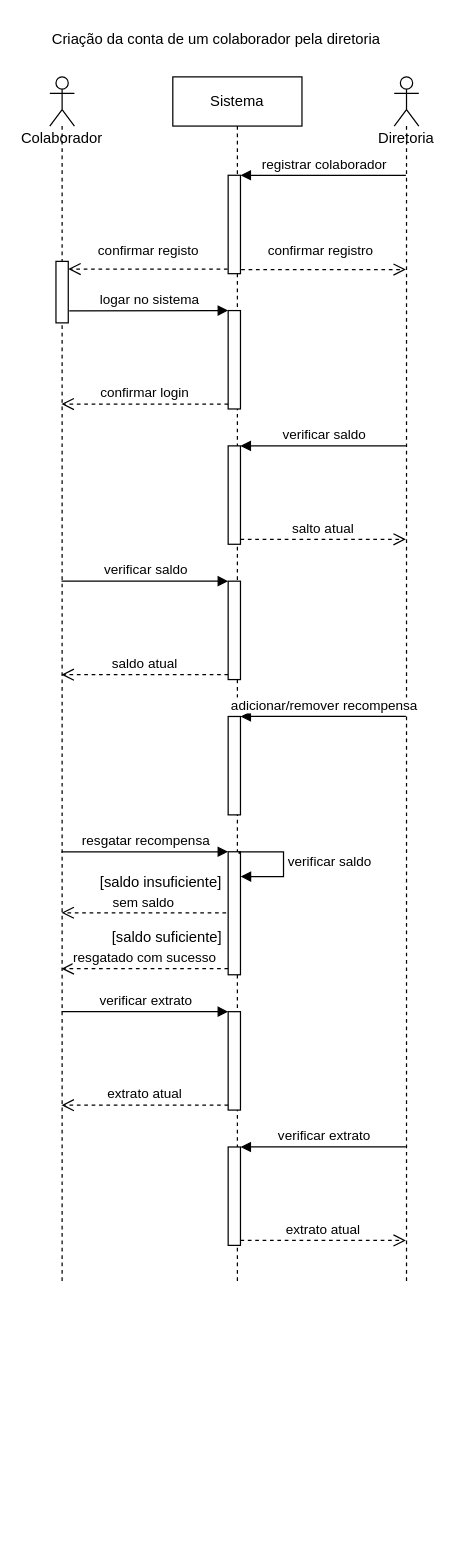
The draw.io diagram page "Sequencia-2" (4 of 4) of diagramas.drawio in Capitaozila/Higia-Turing, before the edit. Source tidied: cells renumbered, new cells numbered last; positions are measured from the earlier drawing's top-left corner, leaving out a move shared by most shapes. Both pictures are drawn from the tidied source at 123%, with x=0, y=0 at pixel (37, 21).
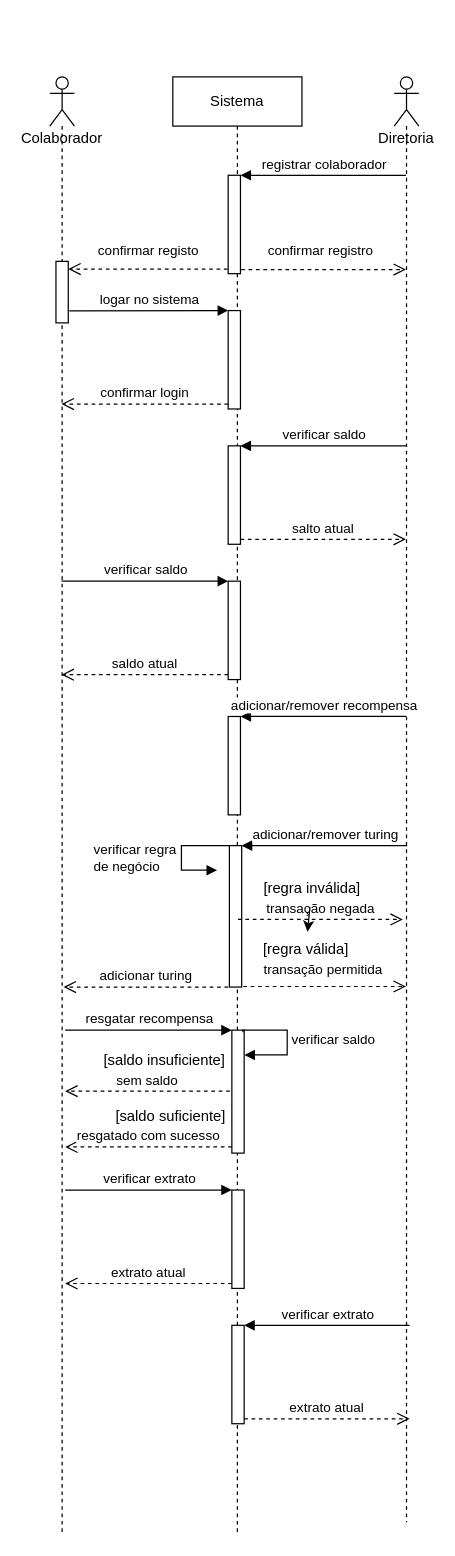
The same page after the edit.

Commit message (it also covers changes not shown here):
gerenciamento de turing no diagrama de sequencia

Diff of the diagram source:
```diff
@@
     <mxCell id="2" value="Colaborador" style="shape=umlLifeline;participant=umlActor;perimeter=lifelinePerimeter;whiteSpace=wrap;html=1;verticalAlign=top;spacingTop=36;outlineConnect=0;" parent="1" vertex="1">
-      <mxGeometry x="10" y="45" width="20" height="980" as="geometry" />
+      <mxGeometry x="10" y="45" width="20" height="1185" as="geometry" />
     </mxCell>
@@
     <mxCell id="4" value="Diretoria" style="shape=umlLifeline;participant=umlActor;perimeter=lifelinePerimeter;whiteSpace=wrap;html=1;verticalAlign=top;spacingTop=36;outlineConnect=0;" parent="1" vertex="1">
-      <mxGeometry x="290" y="45" width="20" height="980" as="geometry" />
+      <mxGeometry x="290" y="45" width="20" height="1175" as="geometry" />
     </mxCell>
     <mxCell id="5" value="Sistema" style="shape=umlLifeline;perimeter=lifelinePerimeter;whiteSpace=wrap;html=1;" parent="1" vertex="1">
-      <mxGeometry x="110" y="45" width="105" height="980" as="geometry" />
+      <mxGeometry x="110" y="45" width="105" height="1185" as="geometry" />
     </mxCell>
@@
     <mxCell id="11" style="html=1;points=[];perimeter=orthogonalPerimeter;" parent="5" vertex="1">
-      <mxGeometry x="45" y="630" width="10" height="100" as="geometry" />
+      <mxGeometry x="48" y="775" width="10" height="100" as="geometry" />
     </mxCell>
     <mxCell id="12" value="verificar saldo" style="edgeStyle=orthogonalEdgeStyle;html=1;align=left;spacingLeft=2;endArrow=block;rounded=0;exitX=0.9;exitY=0.018;exitDx=0;exitDy=0;exitPerimeter=0;entryX=1.014;entryY=0.202;entryDx=0;entryDy=0;entryPerimeter=0;" parent="5" edge="1" source="11" target="11">
       <mxGeometry relative="1" as="geometry">
         <Array as="points">
-          <mxPoint x="54" y="630" />
-          <mxPoint x="90" y="630" />
-          <mxPoint x="90" y="650" />
+          <mxPoint x="57" y="775" />
+          <mxPoint x="93" y="775" />
+          <mxPoint x="93" y="795" />
         </Array>
       </mxGeometry>
     </mxCell>
     <mxCell id="13" style="html=1;points=[];perimeter=orthogonalPerimeter;" parent="5" vertex="1">
-      <mxGeometry x="45" y="760" width="10" height="80" as="geometry" />
+      <mxGeometry x="48" y="905" width="10" height="80" as="geometry" />
     </mxCell>
     <mxCell id="14" style="html=1;points=[];perimeter=orthogonalPerimeter;" parent="5" vertex="1">
-      <mxGeometry x="45" y="870" width="10" height="80" as="geometry" />
+      <mxGeometry x="48" y="1015" width="10" height="80" as="geometry" />
     </mxCell>
+    <mxCell id="35" style="html=1;points=[];perimeter=orthogonalPerimeter;" parent="5" vertex="1">
+      <mxGeometry x="46" y="625" width="10" height="115" as="geometry" />
+    </mxCell>
+    <mxCell id="36" value="adicionar/remover turing" style="html=1;verticalAlign=bottom;endArrow=block;entryX=1;entryY=0;" parent="5" edge="1" target="35">
+      <mxGeometry relative="1" as="geometry">
+        <mxPoint x="190.5" y="625" as="sourcePoint" />
+      </mxGeometry>
+    </mxCell>
+    <mxCell id="37" value="verificar regra&lt;br&gt;de negócio" style="edgeStyle=orthogonalEdgeStyle;html=1;align=left;spacingLeft=2;endArrow=block;rounded=0;" parent="5" edge="1">
+      <mxGeometry x="0.11" y="-75" relative="1" as="geometry">
+        <mxPoint x="46" y="625" as="sourcePoint" />
+        <mxPoint x="36" y="645" as="targetPoint" />
+        <Array as="points">
+          <mxPoint x="7" y="645" />
+        </Array>
+      </mxGeometry>
+    </mxCell>
+    <mxCell id="38" value="adicionar turing" style="html=1;verticalAlign=bottom;endArrow=open;dashed=1;endSize=8;exitX=-0.167;exitY=0.496;exitDx=0;exitDy=0;exitPerimeter=0;" parent="5" edge="1">
+      <mxGeometry relative="1" as="geometry">
+        <mxPoint x="45" y="740" as="sourcePoint" />
+        <mxPoint x="-88.8" y="740" as="targetPoint" />
+      </mxGeometry>
+    </mxCell>
@@
-    <mxCell id="19" value="Criação da conta de um colaborador pela diretoria" style="text;html=1;align=center;verticalAlign=middle;strokeColor=none;fillColor=none;" parent="1" vertex="1">
-      <mxGeometry width="290" height="30" as="geometry" />
-    </mxCell>
@@
-    <mxCell id="26" value="resgatar recompensa" style="html=1;verticalAlign=bottom;endArrow=block;entryX=0;entryY=0;" parent="1" edge="1" source="2" target="11">
-      <mxGeometry relative="1" as="geometry" />
+    <mxCell id="26" value="resgatar recompensa" style="html=1;verticalAlign=bottom;endArrow=block;entryX=0;entryY=0;" parent="1" edge="1" target="11">
+      <mxGeometry relative="1" as="geometry">
+        <mxPoint x="22.5" y="820" as="sourcePoint" />
+      </mxGeometry>
     </mxCell>
-    <mxCell id="27" value="resgatado com sucesso" style="html=1;verticalAlign=bottom;endArrow=open;dashed=1;endSize=8;exitX=0;exitY=0.95;" parent="1" edge="1" source="11" target="2">
-      <mxGeometry relative="1" as="geometry" />
+    <mxCell id="27" value="resgatado com sucesso" style="html=1;verticalAlign=bottom;endArrow=open;dashed=1;endSize=8;exitX=0;exitY=0.95;" parent="1" edge="1" source="11">
+      <mxGeometry relative="1" as="geometry">
+        <mxPoint x="22.5" y="915" as="targetPoint" />
+      </mxGeometry>
     </mxCell>
-    <mxCell id="28" value="sem saldo" style="html=1;verticalAlign=bottom;endArrow=open;dashed=1;endSize=8;exitX=-0.167;exitY=0.496;exitDx=0;exitDy=0;exitPerimeter=0;" parent="1" edge="1" source="11" target="2">
-      <mxGeometry relative="1" as="geometry" />
+    <mxCell id="28" value="sem saldo" style="html=1;verticalAlign=bottom;endArrow=open;dashed=1;endSize=8;exitX=-0.167;exitY=0.496;exitDx=0;exitDy=0;exitPerimeter=0;" parent="1" edge="1" source="11">
+      <mxGeometry relative="1" as="geometry">
+        <mxPoint x="22.5" y="869.6" as="targetPoint" />
+      </mxGeometry>
     </mxCell>
     <mxCell id="29" value="[saldo insuficiente]" style="text;html=1;align=center;verticalAlign=middle;strokeColor=none;fillColor=none;" parent="1" vertex="1">
-      <mxGeometry x="40" y="685" width="120" height="30" as="geometry" />
+      <mxGeometry x="43" y="830" width="120" height="30" as="geometry" />
     </mxCell>
     <mxCell id="30" value="[saldo suficiente]" style="text;html=1;align=center;verticalAlign=middle;strokeColor=none;fillColor=none;" parent="1" vertex="1">
-      <mxGeometry x="50" y="730" width="110" height="30" as="geometry" />
+      <mxGeometry x="53" y="875" width="110" height="30" as="geometry" />
     </mxCell>
-    <mxCell id="31" value="verificar extrato" style="html=1;verticalAlign=bottom;endArrow=block;entryX=1;entryY=0;" parent="1" edge="1" source="4" target="14">
-      <mxGeometry relative="1" as="geometry" />
+    <mxCell id="31" value="verificar extrato" style="html=1;verticalAlign=bottom;endArrow=block;entryX=1;entryY=0;" parent="1" edge="1" target="14">
+      <mxGeometry relative="1" as="geometry">
+        <mxPoint x="302.5" y="1060" as="sourcePoint" />
+      </mxGeometry>
     </mxCell>
-    <mxCell id="32" value="extrato atual" style="html=1;verticalAlign=bottom;endArrow=open;dashed=1;endSize=8;exitX=1;exitY=0.95;" parent="1" edge="1" source="14" target="4">
-      <mxGeometry relative="1" as="geometry" />
+    <mxCell id="32" value="extrato atual" style="html=1;verticalAlign=bottom;endArrow=open;dashed=1;endSize=8;exitX=1;exitY=0.95;" parent="1" edge="1" source="14">
+      <mxGeometry relative="1" as="geometry">
+        <mxPoint x="302.5" y="1136" as="targetPoint" />
+      </mxGeometry>
     </mxCell>
-    <mxCell id="33" value="extrato atual" style="html=1;verticalAlign=bottom;endArrow=open;dashed=1;endSize=8;exitX=0;exitY=0.95;" parent="1" edge="1" source="13" target="2">
-      <mxGeometry relative="1" as="geometry" />
+    <mxCell id="33" value="extrato atual" style="html=1;verticalAlign=bottom;endArrow=open;dashed=1;endSize=8;exitX=0;exitY=0.95;" parent="1" edge="1" source="13">
+      <mxGeometry relative="1" as="geometry">
+        <mxPoint x="22.5" y="1026" as="targetPoint" />
+      </mxGeometry>
     </mxCell>
-    <mxCell id="34" value="verificar extrato" style="html=1;verticalAlign=bottom;endArrow=block;entryX=0;entryY=0;" parent="1" edge="1" source="2" target="13">
-      <mxGeometry relative="1" as="geometry" />
+    <mxCell id="34" value="verificar extrato" style="html=1;verticalAlign=bottom;endArrow=block;entryX=0;entryY=0;" parent="1" edge="1" target="13">
+      <mxGeometry relative="1" as="geometry">
+        <mxPoint x="22.5" y="950" as="sourcePoint" />
+      </mxGeometry>
     </mxCell>
+    <mxCell id="39" value="transação permitida" style="html=1;verticalAlign=bottom;endArrow=open;dashed=1;endSize=8;exitX=1.126;exitY=0.996;exitDx=0;exitDy=0;exitPerimeter=0;" parent="1" edge="1" source="35" target="4">
+      <mxGeometry x="-0.02" y="5" relative="1" as="geometry" />
+    </mxCell>
+    <mxCell id="40" value="transação negada" style="html=1;verticalAlign=bottom;endArrow=open;dashed=1;endSize=8;exitX=-0.167;exitY=0.496;exitDx=0;exitDy=0;exitPerimeter=0;" parent="1" edge="1">
+      <mxGeometry relative="1" as="geometry">
+        <mxPoint x="163" y="730" as="sourcePoint" />
+        <mxPoint x="297" y="730" as="targetPoint" />
+      </mxGeometry>
+    </mxCell>
+    <mxCell id="41" value="[regra válida]" style="text;html=1;align=center;verticalAlign=middle;points=[];strokeColor=none;fillColor=none;" parent="1" vertex="1">
+      <mxGeometry x="173" y="740" width="90" height="30" as="geometry" />
+    </mxCell>
+    <mxCell id="42" style="edgeStyle=none;html=1;" parent="1" edge="1" source="43" target="41">
+      <mxGeometry relative="1" as="geometry" />
+    </mxCell>
+    <mxCell id="43" value="[regra inválida]" style="text;html=1;align=center;verticalAlign=middle;points=[];strokeColor=none;fillColor=none;" parent="1" vertex="1">
+      <mxGeometry x="173" y="690" width="100" height="30" as="geometry" />
+    </mxCell>
```
